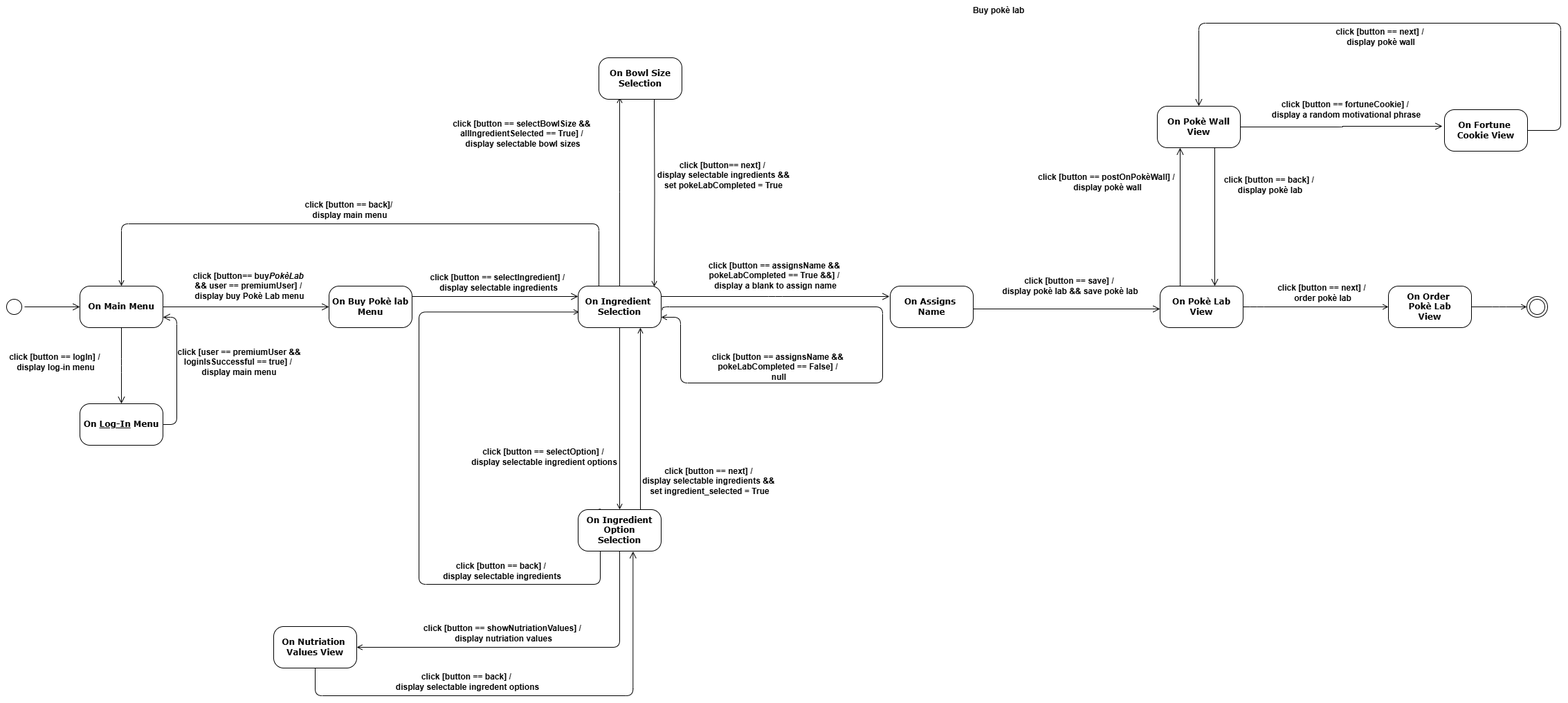
Above: diagrams/StateDiagram.drawio.png in matteopinfildi/YourPoke-ISPWProject (draw.io), before the change. Source tidied: cells renumbered, new cells last; positions are measured from the earlier drawing's top-left corner, leaving out a move shared by most shapes.
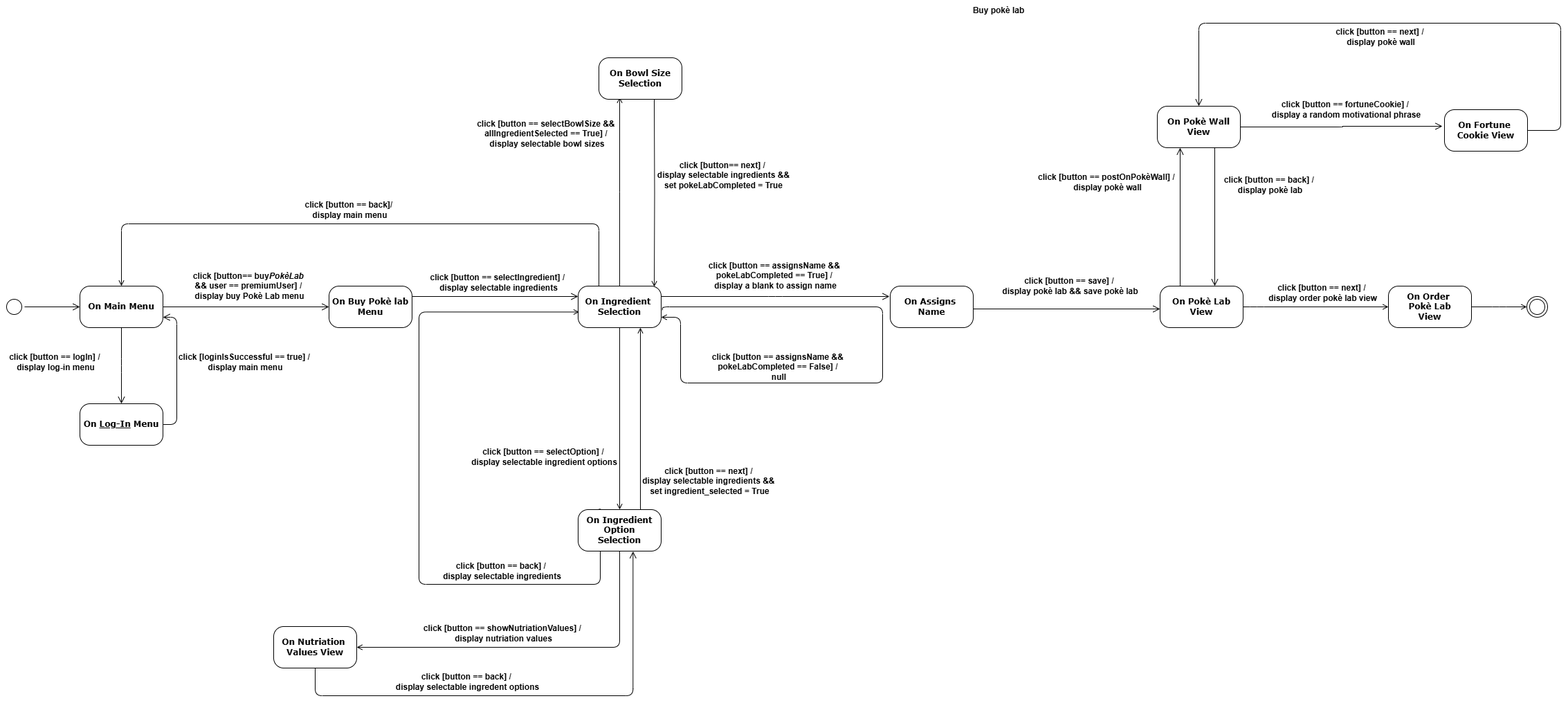
After the commit.

Diff of the diagram source:
```diff
@@ -98,8 +98,8 @@
     <mxCell id="26" value="&lt;b&gt;click [button == showNutriationValues] /&amp;nbsp;&lt;/b&gt;&lt;div&gt;&lt;b&gt;display nutriation values&lt;/b&gt;&lt;/div&gt;" style="text;html=1;align=center;verticalAlign=middle;strokeColor=none;fillColor=none;" parent="1" vertex="1">
       <mxGeometry x="602" y="895" width="250" height="40" as="geometry" />
     </mxCell>
-    <mxCell id="27" value="&lt;b&gt;click [user == premiumUser &amp;amp;&amp;amp;&lt;/b&gt;&lt;div&gt;&lt;b&gt;loginIsSuccessful == true] /&amp;nbsp;&lt;/b&gt;&lt;div&gt;&lt;b&gt;display main menu&lt;/b&gt;&lt;/div&gt;&lt;/div&gt;" style="text;html=1;align=center;verticalAlign=middle;strokeColor=none;fillColor=none;" parent="1" vertex="1">
-      <mxGeometry x="245" y="493" width="200" height="60" as="geometry" />
+    <mxCell id="27" value="&lt;b&gt;click [&lt;/b&gt;&lt;b style=&quot;background-color: transparent; color: light-dark(rgb(0, 0, 0), rgb(255, 255, 255));&quot;&gt;loginIsSuccessful == true] /&amp;nbsp;&lt;/b&gt;&lt;div&gt;&lt;div&gt;&lt;b&gt;display main menu&lt;/b&gt;&lt;/div&gt;&lt;/div&gt;" style="text;html=1;align=center;verticalAlign=middle;strokeColor=none;fillColor=none;" parent="1" vertex="1">
+      <mxGeometry x="244" y="503" width="220" height="40" as="geometry" />
     </mxCell>
     <mxCell id="28" style="edgeStyle=orthogonalEdgeStyle;html=1;labelBackgroundColor=none;endArrow=open;endSize=8;fontFamily=Verdana;fontSize=12;align=left;fontColor=default;exitX=0.5;exitY=1;exitDx=0;exitDy=0;entryX=0.661;entryY=1.006;entryDx=0;entryDy=0;entryPerimeter=0;" parent="1" edge="1" source="25" target="18">
       <mxGeometry relative="1" as="geometry">
@@ -138,7 +138,7 @@
     <mxCell id="34" value="&lt;b&gt;On Assigns&amp;nbsp;&lt;/b&gt;&lt;div&gt;&lt;b&gt;Name&lt;/b&gt;&lt;/div&gt;" style="rounded=1;whiteSpace=wrap;html=1;arcSize=24;shadow=0;comic=0;labelBackgroundColor=none;fontFamily=Verdana;fontSize=12;align=center;" parent="1" vertex="1">
       <mxGeometry x="1286" y="413" width="120" height="60" as="geometry" />
     </mxCell>
-    <mxCell id="35" value="&lt;b&gt;click [button == assignsName&amp;nbsp;&lt;/b&gt;&lt;b&gt;&amp;amp;&amp;amp;&amp;nbsp;&lt;br&gt;&lt;/b&gt;&lt;b style=&quot;background-color: transparent; color: light-dark(rgb(0, 0, 0), rgb(255, 255, 255));&quot;&gt;pokeLabCompleted == True &amp;amp;&amp;amp;&lt;/b&gt;&lt;b style=&quot;background-color: initial; color: light-dark(rgb(0, 0, 0), rgb(255, 255, 255));&quot;&gt;] &lt;/b&gt;&lt;b style=&quot;background-color: initial; color: light-dark(rgb(0, 0, 0), rgb(255, 255, 255));&quot;&gt;/&amp;nbsp;&lt;/b&gt;&lt;div&gt;&lt;div&gt;&lt;b&gt;display a blank to assign name&lt;/b&gt;&lt;/div&gt;&lt;/div&gt;" style="text;html=1;align=center;verticalAlign=middle;strokeColor=none;fillColor=none;" parent="1" vertex="1">
+    <mxCell id="35" value="&lt;b&gt;click [button == assignsName&amp;nbsp;&lt;/b&gt;&lt;b&gt;&amp;amp;&amp;amp;&amp;nbsp;&lt;br&gt;&lt;/b&gt;&lt;b style=&quot;background-color: transparent; color: light-dark(rgb(0, 0, 0), rgb(255, 255, 255));&quot;&gt;pokeLabCompleted == True&lt;/b&gt;&lt;b style=&quot;background-color: initial; color: light-dark(rgb(0, 0, 0), rgb(255, 255, 255));&quot;&gt;] &lt;/b&gt;&lt;b style=&quot;background-color: initial; color: light-dark(rgb(0, 0, 0), rgb(255, 255, 255));&quot;&gt;/&amp;nbsp;&lt;/b&gt;&lt;div&gt;&lt;div&gt;&lt;b&gt;display a blank to assign name&lt;/b&gt;&lt;/div&gt;&lt;/div&gt;" style="text;html=1;align=center;verticalAlign=middle;strokeColor=none;fillColor=none;" parent="1" vertex="1">
       <mxGeometry x="1010" y="368" width="220" height="60" as="geometry" />
     </mxCell>
     <mxCell id="36" style="edgeStyle=orthogonalEdgeStyle;rounded=1;jettySize=auto;html=1;curved=0;endArrow=open;endFill=0;entryX=0.5;entryY=0;entryDx=0;entryDy=0;exitX=0.25;exitY=0;exitDx=0;exitDy=0;" parent="1" edge="1" source="13" target="4">
@@ -165,8 +165,8 @@
     <mxCell id="39" value="&lt;b&gt;On Order&amp;nbsp;&lt;/b&gt;&lt;div&gt;&lt;b&gt;Pokè Lab&lt;/b&gt;&lt;/div&gt;&lt;div&gt;&lt;b&gt;View&lt;/b&gt;&lt;/div&gt;" style="rounded=1;whiteSpace=wrap;html=1;arcSize=24;shadow=0;comic=0;labelBackgroundColor=none;fontFamily=Verdana;fontSize=12;align=center;" parent="1" vertex="1">
       <mxGeometry x="2006" y="413" width="120" height="60" as="geometry" />
     </mxCell>
-    <mxCell id="40" value="&lt;b&gt;click [button&lt;/b&gt;&lt;b style=&quot;background-color: transparent; color: light-dark(rgb(0, 0, 0), rgb(255, 255, 255));&quot;&gt;&amp;nbsp;== next&lt;/b&gt;&lt;b style=&quot;background-color: transparent; color: light-dark(rgb(0, 0, 0), rgb(255, 255, 255));&quot;&gt;] /&amp;nbsp;&lt;/b&gt;&lt;div&gt;&lt;div&gt;&lt;b&gt;order pokè lab&lt;/b&gt;&lt;/div&gt;&lt;/div&gt;" style="text;html=1;align=center;verticalAlign=middle;strokeColor=none;fillColor=none;" parent="1" vertex="1">
-      <mxGeometry x="1836" y="403" width="150" height="40" as="geometry" />
+    <mxCell id="40" value="&lt;b&gt;click [button&lt;/b&gt;&lt;b style=&quot;background-color: transparent; color: light-dark(rgb(0, 0, 0), rgb(255, 255, 255));&quot;&gt;&amp;nbsp;== next&lt;/b&gt;&lt;b style=&quot;background-color: transparent; color: light-dark(rgb(0, 0, 0), rgb(255, 255, 255));&quot;&gt;] /&amp;nbsp;&lt;/b&gt;&lt;div&gt;&lt;div&gt;&lt;b&gt;display order pokè lab view&lt;/b&gt;&lt;/div&gt;&lt;/div&gt;" style="text;html=1;align=center;verticalAlign=middle;strokeColor=none;fillColor=none;" parent="1" vertex="1">
+      <mxGeometry x="1821" y="403" width="180" height="40" as="geometry" />
     </mxCell>
     <mxCell id="41" style="edgeStyle=orthogonalEdgeStyle;rounded=1;jettySize=auto;html=1;curved=0;endArrow=open;endFill=0;exitX=1;exitY=0.5;exitDx=0;exitDy=0;" parent="1" edge="1" source="39">
       <mxGeometry relative="1" as="geometry">
@@ -189,7 +189,7 @@
       <mxGeometry x="865" y="83" width="120" height="60" as="geometry" />
     </mxCell>
     <mxCell id="45" value="&lt;b&gt;click [button == selectBowlSize&amp;nbsp;&lt;/b&gt;&lt;b&gt;&amp;amp;&amp;amp;&amp;nbsp;&lt;br&gt;&lt;/b&gt;&lt;b style=&quot;background-color: transparent; color: light-dark(rgb(0, 0, 0), rgb(255, 255, 255));&quot;&gt;allIngredientSelected == True&lt;/b&gt;&lt;b&gt;] /&amp;nbsp;&lt;/b&gt;&lt;div&gt;&lt;b&gt;display&amp;nbsp;&lt;/b&gt;&lt;span style=&quot;background-color: initial;&quot;&gt;&lt;b&gt;selectable bowl sizes&lt;/b&gt;&lt;/span&gt;&lt;/div&gt;" style="text;html=1;align=center;verticalAlign=middle;strokeColor=none;fillColor=none;" parent="1" vertex="1">
-      <mxGeometry x="640" y="163" width="230" height="60" as="geometry" />
+      <mxGeometry x="675" y="163" width="230" height="60" as="geometry" />
     </mxCell>
     <mxCell id="46" style="edgeStyle=orthogonalEdgeStyle;rounded=0;jettySize=auto;html=1;entryX=0.917;entryY=0.017;entryDx=0;entryDy=0;endArrow=open;endFill=0;labelBackgroundColor=none;fontColor=default;exitX=0.5;exitY=1;exitDx=0;exitDy=0;entryPerimeter=0;" parent="1" edge="1" target="13">
       <mxGeometry relative="1" as="geometry">
```
